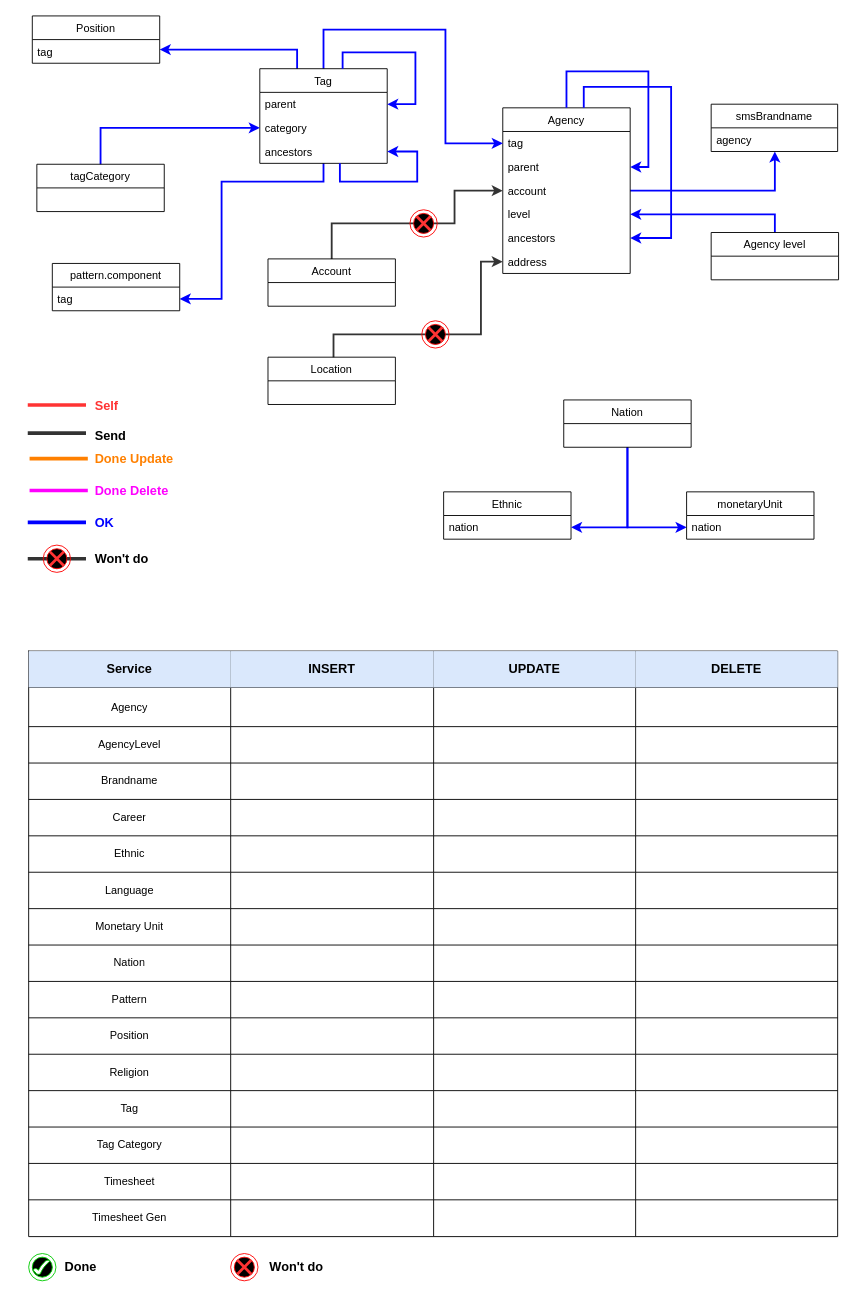
Before: directory.drawio in mitgaming/drawio, a draw.io diagram. Source tidied: cells renumbered, new cells numbered last; positions are measured from the earlier drawing's top-left corner, leaving out a move shared by most shapes. Both pictures are drawn from the tidied source at 91%, with x=0, y=0 at pixel (27, 15).
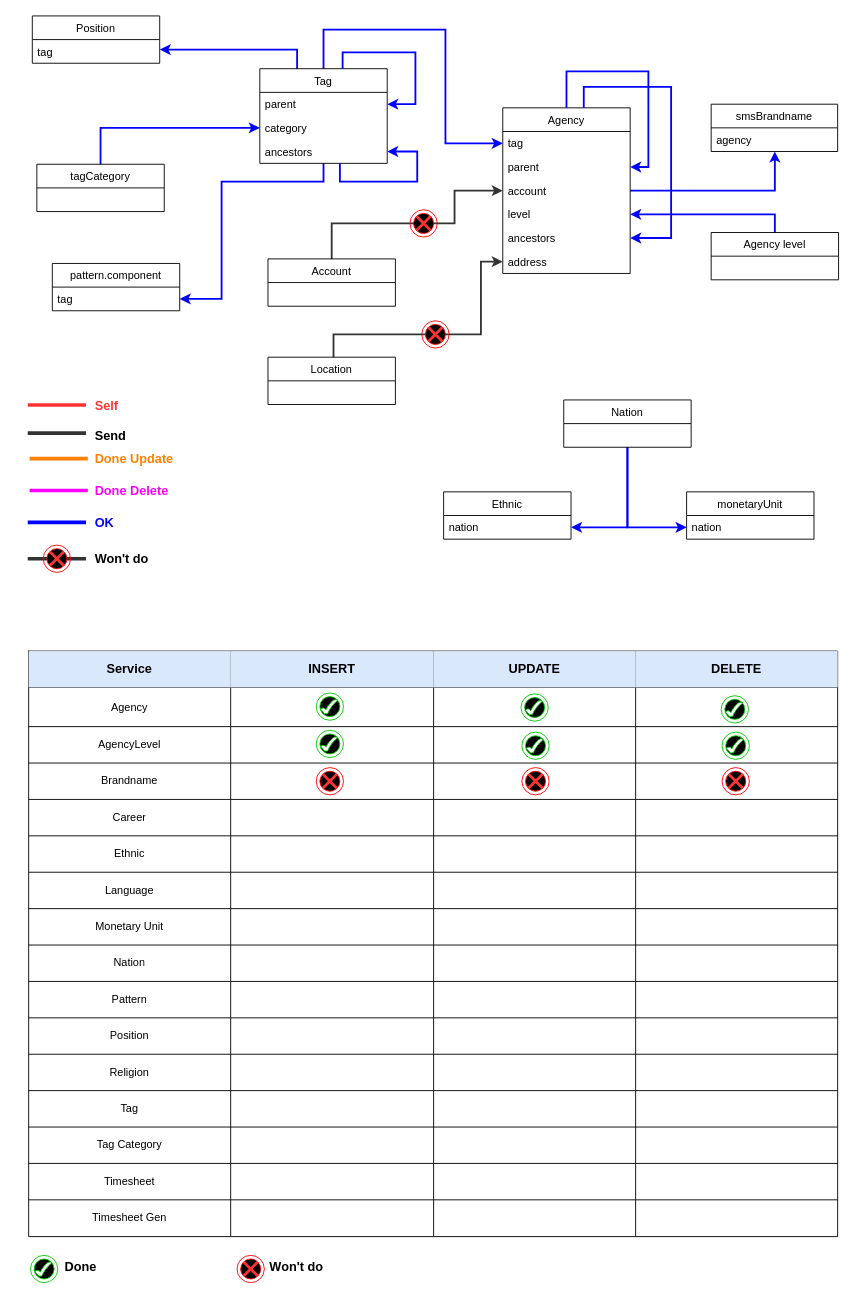
Above is the later version.

Commit message (it also covers changes not shown here):
Cập nhật directory.drawio

Diff of the diagram source:
```diff
@@
-    <mxCell id="147" style="group;" parent="1" vertex="1">
-      <mxGeometry x="1" y="1360" width="30" height="30" as="geometry" />
-    </mxCell>
-    <mxCell id="148" style="group;" parent="147" vertex="1">
-      <mxGeometry width="30" height="30" as="geometry" />
-    </mxCell>
-    <mxCell id="149" style="ellipse;html=1;shape=endState;fillColor=#000000;fontColor=#FF00FF;align=left;strokeColor=#00CC00;" parent="148" vertex="1">
-      <mxGeometry width="30" height="30" as="geometry" />
-    </mxCell>
-    <mxCell id="150" style="verticalLabelPosition=bottom;verticalAlign=top;html=1;shape=mxgraph.basic.tick;strokeColor=#00CC00;fillColor=#FFFFFF;fontSize=14;" parent="148" vertex="1">
-      <mxGeometry x="5" y="7.2" width="18.2" height="15.8" as="geometry" />
-    </mxCell>
-    <mxCell id="151" style="group;" parent="1" vertex="1">
-      <mxGeometry x="223" y="1360" width="30" height="30" as="geometry" />
-    </mxCell>
-    <mxCell id="152" style="group;" parent="151" vertex="1">
-      <mxGeometry width="30" height="30" as="geometry" />
-    </mxCell>
-    <mxCell id="153" style="ellipse;html=1;shape=endState;fillColor=#000000;strokeColor=#ff0000;fontColor=#FF00FF;align=left;" parent="152" vertex="1">
-      <mxGeometry width="30" height="30" as="geometry" />
-    </mxCell>
-    <mxCell id="154" style="shape=umlDestroy;whiteSpace=wrap;html=1;strokeWidth=3;fontColor=#FF00FF;align=left;strokeColor=#FF3333;" parent="152" vertex="1">
-      <mxGeometry x="7.2" y="7.2" width="15.5" height="15.5" as="geometry" />
-    </mxCell>
@@
+    <mxCell id="157" style="group;" parent="1" vertex="1">
+      <mxGeometry x="-13" y="1346" width="62" height="62" as="geometry" />
+    </mxCell>
+    <mxCell id="158" style="whiteSpace=wrap;html=1;fontSize=14;strokeColor=none;fillColor=none;" parent="157" vertex="1">
+      <mxGeometry width="62" height="62" as="geometry" />
+    </mxCell>
+    <mxCell id="159" style="group;" parent="157" vertex="1">
+      <mxGeometry x="16" y="16" width="30" height="30" as="geometry" />
+    </mxCell>
+    <mxCell id="160" style="group;" parent="159" vertex="1">
+      <mxGeometry width="30" height="30" as="geometry" />
+    </mxCell>
+    <mxCell id="161" style="ellipse;html=1;shape=endState;fillColor=#000000;fontColor=#FF00FF;align=left;strokeColor=#00CC00;" parent="160" vertex="1">
+      <mxGeometry width="30" height="30" as="geometry" />
+    </mxCell>
+    <mxCell id="162" style="verticalLabelPosition=bottom;verticalAlign=top;html=1;shape=mxgraph.basic.tick;strokeColor=#00CC00;fillColor=#FFFFFF;fontSize=14;" parent="160" vertex="1">
+      <mxGeometry x="5" y="7.2" width="18.2" height="15.8" as="geometry" />
+    </mxCell>
+    <mxCell id="163" style="group;" parent="1" vertex="1">
+      <mxGeometry x="230" y="1362" width="46" height="46" as="geometry" />
+    </mxCell>
+    <mxCell id="164" style="group;" parent="163" vertex="1">
+      <mxGeometry width="46" height="46" as="geometry" />
+    </mxCell>
+    <mxCell id="165" style="ellipse;html=1;shape=endState;fillColor=#000000;strokeColor=#ff0000;fontColor=#FF00FF;align=left;" parent="164" vertex="1">
+      <mxGeometry width="30" height="30" as="geometry" />
+    </mxCell>
+    <mxCell id="166" style="shape=umlDestroy;whiteSpace=wrap;html=1;strokeWidth=3;fontColor=#FF00FF;align=left;strokeColor=#FF3333;" parent="164" vertex="1">
+      <mxGeometry x="7.2" y="7.2" width="15.5" height="15.5" as="geometry" />
+    </mxCell>
+    <mxCell id="167" style="whiteSpace=wrap;html=1;fontSize=14;strokeColor=none;fillColor=none;" parent="164" vertex="1">
+      <mxGeometry x="-16" y="-16" width="62" height="62" as="geometry" />
+    </mxCell>
+    <mxCell id="168" style="group;" parent="1" vertex="1">
+      <mxGeometry x="301" y="728" width="62" height="62" as="geometry" />
+    </mxCell>
+    <mxCell id="169" style="whiteSpace=wrap;html=1;fontSize=14;strokeColor=none;fillColor=none;" parent="168" vertex="1">
+      <mxGeometry width="62" height="62" as="geometry" />
+    </mxCell>
+    <mxCell id="170" style="group;" parent="168" vertex="1">
+      <mxGeometry x="16" y="16" width="30" height="30" as="geometry" />
+    </mxCell>
+    <mxCell id="171" style="group;" parent="170" vertex="1">
+      <mxGeometry width="30" height="30" as="geometry" />
+    </mxCell>
+    <mxCell id="172" style="ellipse;html=1;shape=endState;fillColor=#000000;fontColor=#FF00FF;align=left;strokeColor=#00CC00;" parent="171" vertex="1">
+      <mxGeometry width="30" height="30" as="geometry" />
+    </mxCell>
+    <mxCell id="173" style="verticalLabelPosition=bottom;verticalAlign=top;html=1;shape=mxgraph.basic.tick;strokeColor=#00CC00;fillColor=#FFFFFF;fontSize=14;" parent="171" vertex="1">
+      <mxGeometry x="5" y="7.2" width="18.2" height="15.8" as="geometry" />
+    </mxCell>
+    <mxCell id="174" style="group;" parent="1" vertex="1">
+      <mxGeometry x="526" y="729" width="62" height="62" as="geometry" />
+    </mxCell>
+    <mxCell id="175" style="whiteSpace=wrap;html=1;fontSize=14;strokeColor=none;fillColor=none;" parent="174" vertex="1">
+      <mxGeometry width="62" height="62" as="geometry" />
+    </mxCell>
+    <mxCell id="176" style="group;" parent="174" vertex="1">
+      <mxGeometry x="16" y="16" width="30" height="30" as="geometry" />
+    </mxCell>
+    <mxCell id="177" style="group;" parent="176" vertex="1">
+      <mxGeometry width="30" height="30" as="geometry" />
+    </mxCell>
+    <mxCell id="178" style="ellipse;html=1;shape=endState;fillColor=#000000;fontColor=#FF00FF;align=left;strokeColor=#00CC00;" parent="177" vertex="1">
+      <mxGeometry width="30" height="30" as="geometry" />
+    </mxCell>
+    <mxCell id="179" style="verticalLabelPosition=bottom;verticalAlign=top;html=1;shape=mxgraph.basic.tick;strokeColor=#00CC00;fillColor=#FFFFFF;fontSize=14;" parent="177" vertex="1">
+      <mxGeometry x="5" y="7.2" width="18.2" height="15.8" as="geometry" />
+    </mxCell>
+    <mxCell id="180" style="group;" parent="1" vertex="1">
+      <mxGeometry x="746" y="731" width="62" height="62" as="geometry" />
+    </mxCell>
+    <mxCell id="181" style="whiteSpace=wrap;html=1;fontSize=14;strokeColor=none;fillColor=none;" parent="180" vertex="1">
+      <mxGeometry width="62" height="62" as="geometry" />
+    </mxCell>
+    <mxCell id="182" style="group;" parent="180" vertex="1">
+      <mxGeometry x="16" y="16" width="30" height="30" as="geometry" />
+    </mxCell>
+    <mxCell id="183" style="group;" parent="182" vertex="1">
+      <mxGeometry width="30" height="30" as="geometry" />
+    </mxCell>
+    <mxCell id="184" style="ellipse;html=1;shape=endState;fillColor=#000000;fontColor=#FF00FF;align=left;strokeColor=#00CC00;" parent="183" vertex="1">
+      <mxGeometry width="30" height="30" as="geometry" />
+    </mxCell>
+    <mxCell id="185" style="verticalLabelPosition=bottom;verticalAlign=top;html=1;shape=mxgraph.basic.tick;strokeColor=#00CC00;fillColor=#FFFFFF;fontSize=14;" parent="183" vertex="1">
+      <mxGeometry x="5" y="7.2" width="18.2" height="15.8" as="geometry" />
+    </mxCell>
+    <mxCell id="186" style="group;" parent="1" vertex="1">
+      <mxGeometry x="301" y="769" width="62" height="62" as="geometry" />
+    </mxCell>
+    <mxCell id="187" style="whiteSpace=wrap;html=1;fontSize=14;strokeColor=none;fillColor=none;" parent="186" vertex="1">
+      <mxGeometry width="62" height="62" as="geometry" />
+    </mxCell>
+    <mxCell id="188" style="group;" parent="186" vertex="1">
+      <mxGeometry x="16" y="16" width="30" height="30" as="geometry" />
+    </mxCell>
+    <mxCell id="189" style="group;" parent="188" vertex="1">
+      <mxGeometry width="30" height="30" as="geometry" />
+    </mxCell>
+    <mxCell id="190" style="ellipse;html=1;shape=endState;fillColor=#000000;fontColor=#FF00FF;align=left;strokeColor=#00CC00;" parent="189" vertex="1">
+      <mxGeometry width="30" height="30" as="geometry" />
+    </mxCell>
+    <mxCell id="191" style="verticalLabelPosition=bottom;verticalAlign=top;html=1;shape=mxgraph.basic.tick;strokeColor=#00CC00;fillColor=#FFFFFF;fontSize=14;" parent="189" vertex="1">
+      <mxGeometry x="5" y="7.2" width="18.2" height="15.8" as="geometry" />
+    </mxCell>
+    <mxCell id="192" style="group;" parent="1" vertex="1">
+      <mxGeometry x="527" y="771" width="62" height="62" as="geometry" />
+    </mxCell>
+    <mxCell id="193" style="whiteSpace=wrap;html=1;fontSize=14;strokeColor=none;fillColor=none;" parent="192" vertex="1">
+      <mxGeometry width="62" height="62" as="geometry" />
+    </mxCell>
+    <mxCell id="194" style="group;" parent="192" vertex="1">
+      <mxGeometry x="16" y="16" width="30" height="30" as="geometry" />
+    </mxCell>
+    <mxCell id="195" style="group;" parent="194" vertex="1">
+      <mxGeometry width="30" height="30" as="geometry" />
+    </mxCell>
+    <mxCell id="196" style="ellipse;html=1;shape=endState;fillColor=#000000;fontColor=#FF00FF;align=left;strokeColor=#00CC00;" parent="195" vertex="1">
+      <mxGeometry width="30" height="30" as="geometry" />
+    </mxCell>
+    <mxCell id="197" style="verticalLabelPosition=bottom;verticalAlign=top;html=1;shape=mxgraph.basic.tick;strokeColor=#00CC00;fillColor=#FFFFFF;fontSize=14;" parent="195" vertex="1">
+      <mxGeometry x="5" y="7.2" width="18.2" height="15.8" as="geometry" />
+    </mxCell>
+    <mxCell id="198" style="group;" parent="1" vertex="1">
+      <mxGeometry x="747" y="771" width="62" height="62" as="geometry" />
+    </mxCell>
+    <mxCell id="199" style="whiteSpace=wrap;html=1;fontSize=14;strokeColor=none;fillColor=none;" parent="198" vertex="1">
+      <mxGeometry width="62" height="62" as="geometry" />
+    </mxCell>
+    <mxCell id="200" style="group;" parent="198" vertex="1">
+      <mxGeometry x="16" y="16" width="30" height="30" as="geometry" />
+    </mxCell>
+    <mxCell id="201" style="group;" parent="200" vertex="1">
+      <mxGeometry width="30" height="30" as="geometry" />
+    </mxCell>
+    <mxCell id="202" style="ellipse;html=1;shape=endState;fillColor=#000000;fontColor=#FF00FF;align=left;strokeColor=#00CC00;" parent="201" vertex="1">
+      <mxGeometry width="30" height="30" as="geometry" />
+    </mxCell>
+    <mxCell id="203" style="verticalLabelPosition=bottom;verticalAlign=top;html=1;shape=mxgraph.basic.tick;strokeColor=#00CC00;fillColor=#FFFFFF;fontSize=14;" parent="201" vertex="1">
+      <mxGeometry x="5" y="7.2" width="18.2" height="15.8" as="geometry" />
+    </mxCell>
+    <mxCell id="204" style="group;" parent="1" vertex="1">
+      <mxGeometry x="317" y="826" width="46" height="46" as="geometry" />
+    </mxCell>
+    <mxCell id="205" style="group;" parent="204" vertex="1">
+      <mxGeometry width="46" height="46" as="geometry" />
+    </mxCell>
+    <mxCell id="206" style="ellipse;html=1;shape=endState;fillColor=#000000;strokeColor=#ff0000;fontColor=#FF00FF;align=left;" parent="205" vertex="1">
+      <mxGeometry width="30" height="30" as="geometry" />
+    </mxCell>
+    <mxCell id="207" style="shape=umlDestroy;whiteSpace=wrap;html=1;strokeWidth=3;fontColor=#FF00FF;align=left;strokeColor=#FF3333;" parent="205" vertex="1">
+      <mxGeometry x="7.2" y="7.2" width="15.5" height="15.5" as="geometry" />
+    </mxCell>
+    <mxCell id="208" style="whiteSpace=wrap;html=1;fontSize=14;strokeColor=none;fillColor=none;" parent="205" vertex="1">
+      <mxGeometry x="-16" y="-16" width="62" height="62" as="geometry" />
+    </mxCell>
+    <mxCell id="209" style="group;" parent="1" vertex="1">
+      <mxGeometry x="543" y="826" width="46" height="46" as="geometry" />
+    </mxCell>
+    <mxCell id="210" style="group;" parent="209" vertex="1">
+      <mxGeometry width="46" height="46" as="geometry" />
+    </mxCell>
+    <mxCell id="211" style="ellipse;html=1;shape=endState;fillColor=#000000;strokeColor=#ff0000;fontColor=#FF00FF;align=left;" parent="210" vertex="1">
+      <mxGeometry width="30" height="30" as="geometry" />
+    </mxCell>
+    <mxCell id="212" style="shape=umlDestroy;whiteSpace=wrap;html=1;strokeWidth=3;fontColor=#FF00FF;align=left;strokeColor=#FF3333;" parent="210" vertex="1">
+      <mxGeometry x="7.2" y="7.2" width="15.5" height="15.5" as="geometry" />
+    </mxCell>
+    <mxCell id="213" style="whiteSpace=wrap;html=1;fontSize=14;strokeColor=none;fillColor=none;" parent="210" vertex="1">
+      <mxGeometry x="-16" y="-16" width="62" height="62" as="geometry" />
+    </mxCell>
+    <mxCell id="214" style="group;" parent="1" vertex="1">
+      <mxGeometry x="763" y="826" width="46" height="46" as="geometry" />
+    </mxCell>
+    <mxCell id="215" style="group;" parent="214" vertex="1">
+      <mxGeometry width="46" height="46" as="geometry" />
+    </mxCell>
+    <mxCell id="216" style="ellipse;html=1;shape=endState;fillColor=#000000;strokeColor=#ff0000;fontColor=#FF00FF;align=left;" parent="215" vertex="1">
+      <mxGeometry width="30" height="30" as="geometry" />
+    </mxCell>
+    <mxCell id="217" style="shape=umlDestroy;whiteSpace=wrap;html=1;strokeWidth=3;fontColor=#FF00FF;align=left;strokeColor=#FF3333;" parent="215" vertex="1">
+      <mxGeometry x="7.2" y="7.2" width="15.5" height="15.5" as="geometry" />
+    </mxCell>
+    <mxCell id="218" style="whiteSpace=wrap;html=1;fontSize=14;strokeColor=none;fillColor=none;" parent="215" vertex="1">
+      <mxGeometry x="-16" y="-16" width="62" height="62" as="geometry" />
+    </mxCell>
```
